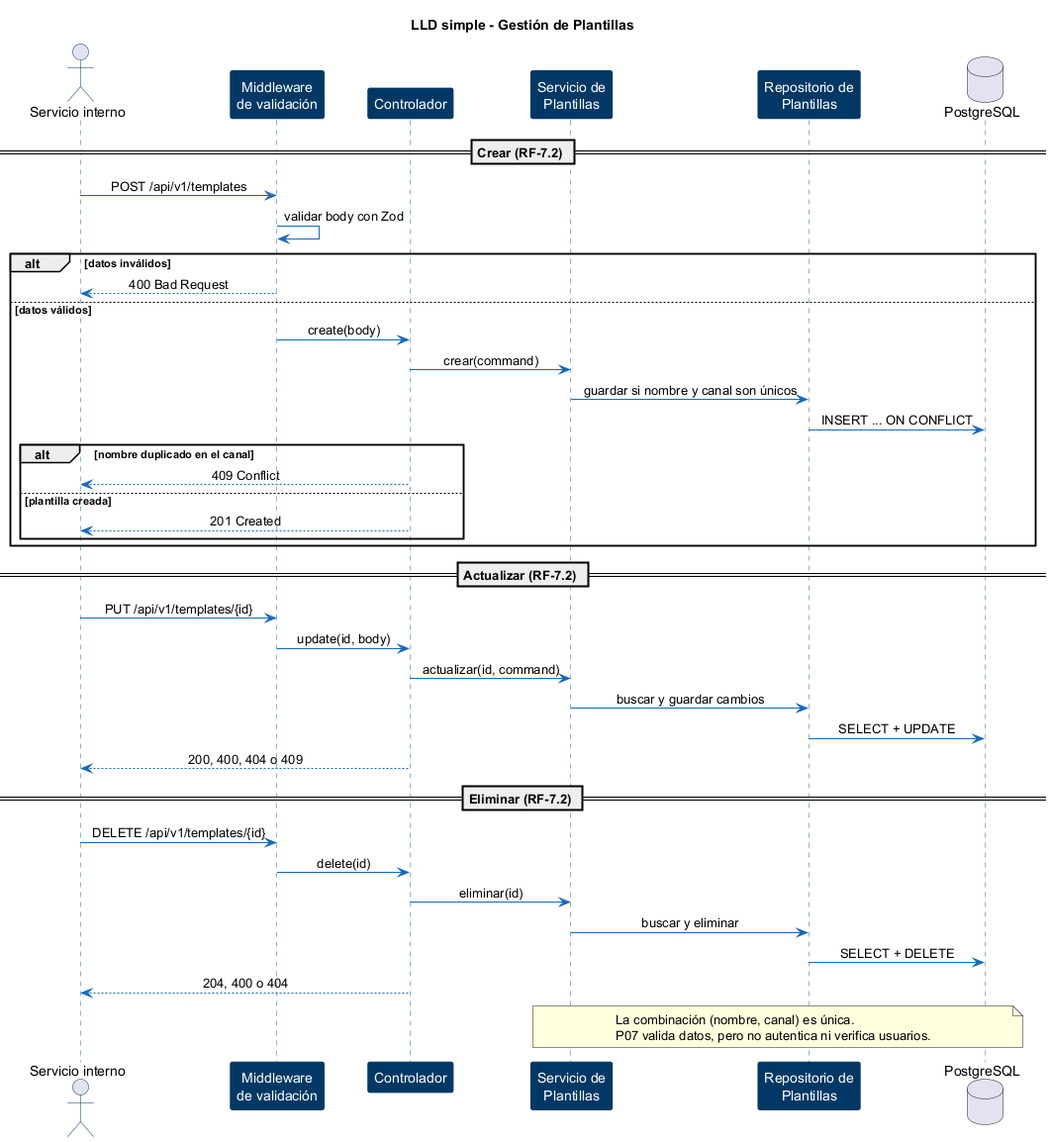
Earlier version of the PlantUML export notificaciones-architecture/diagrams/LLD/plantillas/notificaciones-07-lld-plantillas.png (Frosmin/tigoBootcamp). The source it was exported from:
```plantuml
@startuml notificaciones-07-lld-plantillas
skinparam backgroundColor #FFFFFF
skinparam shadowing false
skinparam sequenceMessageAlign center
skinparam sequence {
    ArrowColor #1168BD
    LifeLineBorderColor #1168BD
    ParticipantBorderColor #003865
    ParticipantBackgroundColor #003865
    ParticipantFontColor #FFFFFF
    ActorBorderColor #003865
}

title LLD simple - Gestión de Plantillas

actor "Servicio interno" as emisor
participant "Middleware\nde validación" as validation
participant "Controlador" as controller
participant "Servicio de\nPlantillas" as service
participant "Repositorio de\nPlantillas" as repository
database "PostgreSQL" as db

== Crear (RF-7.2) ==
emisor -> validation : POST /api/v1/templates
validation -> validation : validar body con Zod
alt datos inválidos
    validation --> emisor : 400 Bad Request
else datos válidos
    validation -> controller : create(body)
    controller -> service : crear(command)
    service -> repository : guardar si nombre y canal son únicos
    repository -> db : INSERT ... ON CONFLICT
    alt nombre duplicado en el canal
        controller --> emisor : 409 Conflict
    else plantilla creada
        controller --> emisor : 201 Created
    end
end

== Actualizar (RF-7.2) ==
emisor -> validation : PUT /api/v1/templates/{id}
validation -> controller : update(id, body)
controller -> service : actualizar(id, command)
service -> repository : buscar y guardar cambios
repository -> db : SELECT + UPDATE
controller --> emisor : 200, 400, 404 o 409

== Eliminar (RF-7.2) ==
emisor -> validation : DELETE /api/v1/templates/{id}
validation -> controller : delete(id)
controller -> service : eliminar(id)
service -> repository : buscar y eliminar
repository -> db : SELECT + DELETE
controller --> emisor : 204, 400 o 404

note over service, db
  La combinación (nombre, canal) es única.
  P07 valida datos, pero no autentica ni verifica usuarios.
end note

@enduml
```
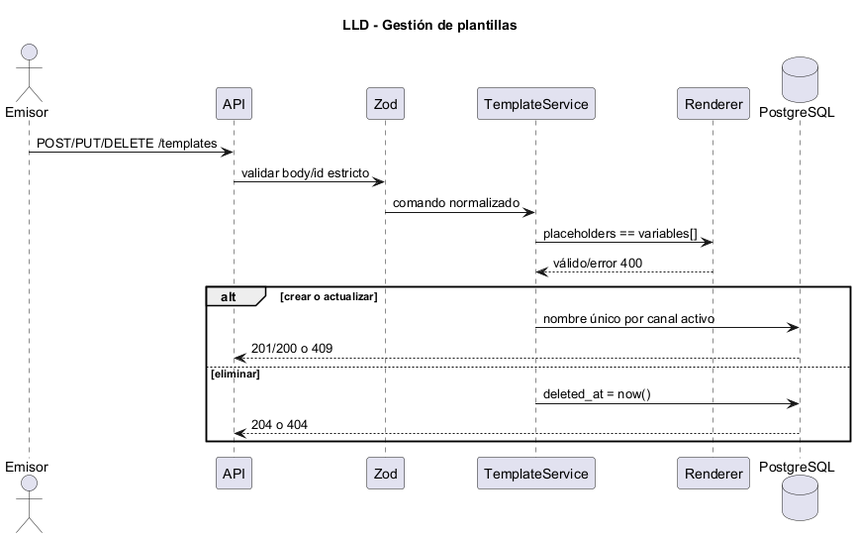
Above is the later version.

The edit, as a diff of the source:
```diff
@@ -1,61 +1,21 @@
 @startuml notificaciones-07-lld-plantillas
-skinparam backgroundColor #FFFFFF
-skinparam shadowing false
-skinparam sequenceMessageAlign center
-skinparam sequence {
-    ArrowColor #1168BD
-    LifeLineBorderColor #1168BD
-    ParticipantBorderColor #003865
-    ParticipantBackgroundColor #003865
-    ParticipantFontColor #FFFFFF
-    ActorBorderColor #003865
-}
-
-title LLD simple - Gestión de Plantillas
-
-actor "Servicio interno" as emisor
-participant "Middleware\nde validación" as validation
-participant "Controlador" as controller
-participant "Servicio de\nPlantillas" as service
-participant "Repositorio de\nPlantillas" as repository
-database "PostgreSQL" as db
-
-== Crear (RF-7.2) ==
-emisor -> validation : POST /api/v1/templates
-validation -> validation : validar body con Zod
-alt datos inválidos
-    validation --> emisor : 400 Bad Request
-else datos válidos
-    validation -> controller : create(body)
-    controller -> service : crear(command)
-    service -> repository : guardar si nombre y canal son únicos
-    repository -> db : INSERT ... ON CONFLICT
-    alt nombre duplicado en el canal
-        controller --> emisor : 409 Conflict
-    else plantilla creada
-        controller --> emisor : 201 Created
-    end
+title LLD - Gestión de plantillas
+actor Emisor
+participant API
+participant Zod
+participant TemplateService
+participant Renderer
+database PostgreSQL
+Emisor -> API : POST/PUT/DELETE /templates
+API -> Zod : validar body/id estricto
+Zod -> TemplateService : comando normalizado
+TemplateService -> Renderer : placeholders == variables[]
+Renderer --> TemplateService : válido/error 400
+alt crear o actualizar
+  TemplateService -> PostgreSQL : nombre único por canal activo
+  PostgreSQL --> API : 201/200 o 409
+else eliminar
+  TemplateService -> PostgreSQL : deleted_at = now()
+  PostgreSQL --> API : 204 o 404
 end
-
-== Actualizar (RF-7.2) ==
-emisor -> validation : PUT /api/v1/templates/{id}
-validation -> controller : update(id, body)
-controller -> service : actualizar(id, command)
-service -> repository : buscar y guardar cambios
-repository -> db : SELECT + UPDATE
-controller --> emisor : 200, 400, 404 o 409
-
-== Eliminar (RF-7.2) ==
-emisor -> validation : DELETE /api/v1/templates/{id}
-validation -> controller : delete(id)
-controller -> service : eliminar(id)
-service -> repository : buscar y eliminar
-repository -> db : SELECT + DELETE
-controller --> emisor : 204, 400 o 404
-
-note over service, db
-  La combinación (nombre, canal) es única.
-  P07 valida datos, pero no autentica ni verifica usuarios.
-end note
-
 @enduml
```
